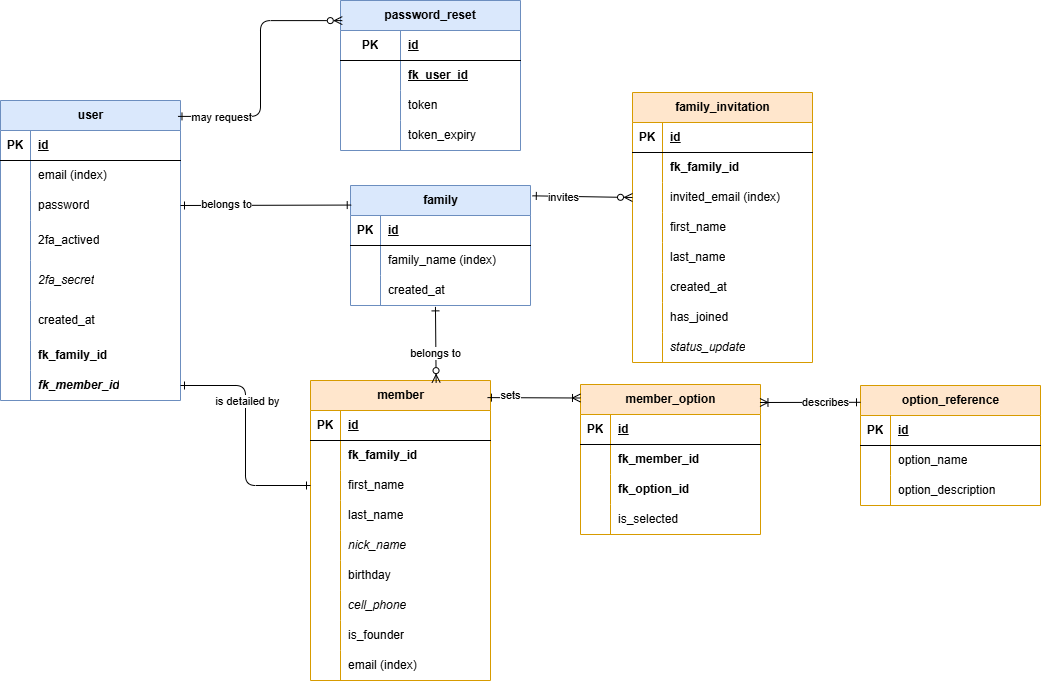
Above: docs/new-schema.png in greg1951/family-social-scratch (draw.io), before the change. Source tidied: cells renumbered, new cells last; positions are measured from the earlier drawing's top-left corner, leaving out a move shared by most shapes.
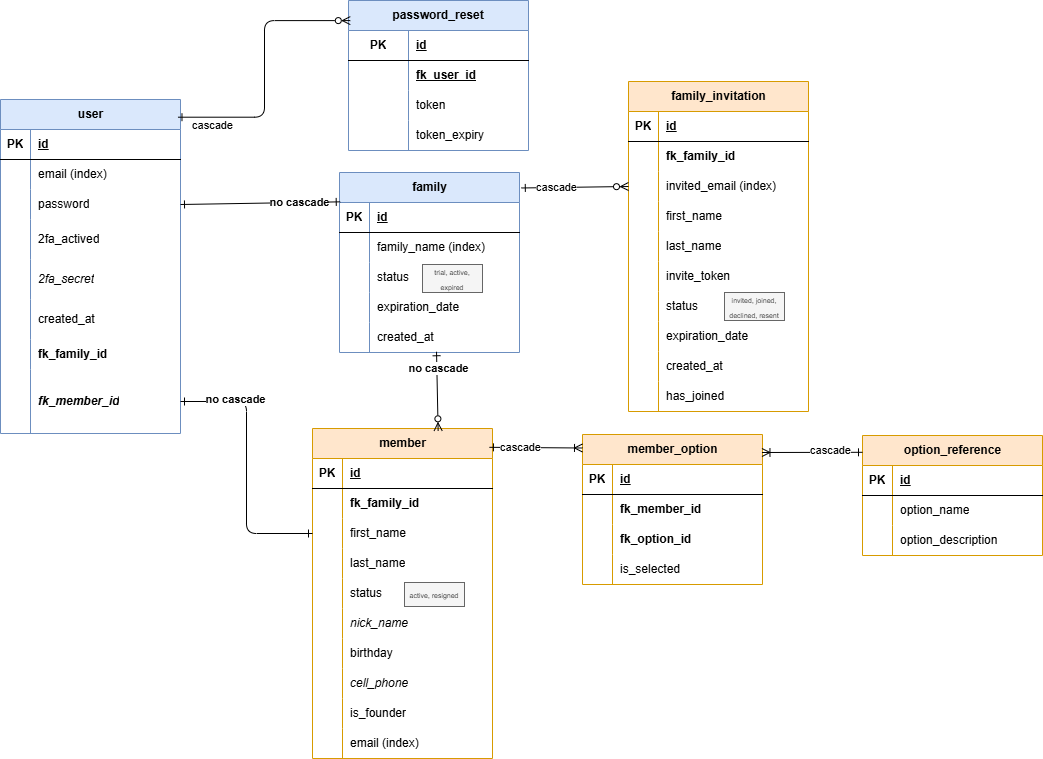
The same file after the commit.

Change to the diagram source:
```diff
@@ -5,3 +5,3 @@
     <mxCell id="2" value="user" style="shape=table;startSize=30;rowLines=0;fontStyle=1;align=center;html=1;fillColor=#dae8fc;strokeColor=#6c8ebf;" parent="1" vertex="1">
-      <mxGeometry y="100" width="180" height="300" as="geometry" />
+      <mxGeometry x="-2" y="49" width="180" height="334" as="geometry" />
     </mxCell>
@@ -71,12 +71,12 @@
     <mxCell id="24" style="shape=tableRow;horizontal=0;startSize=0;swimlaneHead=0;swimlaneBody=0;fillColor=none;points=[[0,0.5],[1,0.5]];portConstraint=eastwest;top=0;left=0;right=0;bottom=0;swimlaneFillColor=#1A1A1A;" parent="2" vertex="1">
-      <mxGeometry y="270" width="180" height="30" as="geometry" />
+      <mxGeometry y="270" width="180" height="64" as="geometry" />
     </mxCell>
     <mxCell id="25" style="shape=partialRectangle;fillColor=none;top=0;left=0;bottom=0;right=0;overflow=hidden;whiteSpace=wrap;html=1;swimlaneFillColor=#1A1A1A;" parent="24" vertex="1">
-      <mxGeometry width="30" height="30" as="geometry" />
+      <mxGeometry width="30" height="64" as="geometry" />
     </mxCell>
     <mxCell id="26" value="&lt;b&gt;&lt;i&gt;fk_member_id&lt;/i&gt;&lt;/b&gt;" style="shape=partialRectangle;fillColor=none;top=0;left=0;bottom=0;right=0;align=left;spacingLeft=6;overflow=hidden;whiteSpace=wrap;html=1;swimlaneFillColor=#1A1A1A;" parent="24" vertex="1">
-      <mxGeometry x="30" width="150" height="30" as="geometry" />
+      <mxGeometry x="30" width="150" height="64" as="geometry" />
     </mxCell>
     <mxCell id="27" value="password_reset" style="shape=table;startSize=30;rowLines=0;fontStyle=1;align=center;html=1;whiteSpace=wrap;fillColor=#dae8fc;strokeColor=#6c8ebf;" parent="1" vertex="1">
-      <mxGeometry x="340" width="180" height="150" as="geometry" />
+      <mxGeometry x="346" y="-50" width="180" height="150" as="geometry" />
     </mxCell>
@@ -119,3 +119,3 @@
     <mxCell id="40" value="family" style="shape=table;startSize=30;rowLines=0;fontStyle=1;align=center;html=1;fillColor=#dae8fc;strokeColor=#6c8ebf;" parent="1" vertex="1">
-      <mxGeometry x="350" y="185" width="180" height="120" as="geometry" />
+      <mxGeometry x="337" y="122" width="180" height="180" as="geometry" />
     </mxCell>
@@ -139,4 +139,13 @@
     </mxCell>
+    <mxCell id="140" style="shape=tableRow;horizontal=0;startSize=0;swimlaneHead=0;swimlaneBody=0;fillColor=none;top=0;left=0;right=0;bottom=0;" parent="40" vertex="1">
+      <mxGeometry y="90" width="180" height="30" as="geometry" />
+    </mxCell>
+    <mxCell id="141" style="shape=partialRectangle;fillColor=none;top=0;left=0;bottom=0;right=0;overflow=hidden;whiteSpace=wrap;html=1;" parent="140" vertex="1">
+      <mxGeometry width="30" height="30" as="geometry" />
+    </mxCell>
+    <mxCell id="142" value="status" style="shape=partialRectangle;fillColor=none;top=0;left=0;bottom=0;right=0;align=left;spacingLeft=6;overflow=hidden;whiteSpace=wrap;html=1;" parent="140" vertex="1">
+      <mxGeometry x="30" width="150" height="30" as="geometry" />
+    </mxCell>
     <mxCell id="47" style="shape=tableRow;horizontal=0;startSize=0;swimlaneHead=0;swimlaneBody=0;fillColor=none;points=[[0,0.5],[1,0.5]];portConstraint=eastwest;top=0;left=0;right=0;bottom=0;" parent="40" vertex="1">
-      <mxGeometry y="90" width="180" height="30" as="geometry" />
+      <mxGeometry y="120" width="180" height="30" as="geometry" />
     </mxCell>
@@ -145,7 +154,16 @@
     </mxCell>
-    <mxCell id="49" value="created_at" style="shape=partialRectangle;fillColor=none;top=0;left=0;bottom=0;right=0;align=left;spacingLeft=6;overflow=hidden;whiteSpace=wrap;html=1;" parent="47" vertex="1">
+    <mxCell id="49" value="expiration_date" style="shape=partialRectangle;fillColor=none;top=0;left=0;bottom=0;right=0;align=left;spacingLeft=6;overflow=hidden;whiteSpace=wrap;html=1;" parent="47" vertex="1">
       <mxGeometry x="30" width="150" height="30" as="geometry" />
     </mxCell>
+    <mxCell id="143" style="shape=tableRow;horizontal=0;startSize=0;swimlaneHead=0;swimlaneBody=0;fillColor=none;points=[[0,0.5],[1,0.5]];portConstraint=eastwest;top=0;left=0;right=0;bottom=0;" parent="40" vertex="1">
+      <mxGeometry y="150" width="180" height="30" as="geometry" />
+    </mxCell>
+    <mxCell id="144" style="shape=partialRectangle;fillColor=none;top=0;left=0;bottom=0;right=0;overflow=hidden;whiteSpace=wrap;html=1;" parent="143" vertex="1">
+      <mxGeometry width="30" height="30" as="geometry" />
+    </mxCell>
+    <mxCell id="145" value="created_at" style="shape=partialRectangle;fillColor=none;top=0;left=0;bottom=0;right=0;align=left;spacingLeft=6;overflow=hidden;whiteSpace=wrap;html=1;" parent="143" vertex="1">
+      <mxGeometry x="30" width="150" height="30" as="geometry" />
+    </mxCell>
     <mxCell id="50" value="family_invitation" style="shape=table;startSize=30;rowLines=0;fontStyle=1;align=center;html=1;fillColor=#ffe6cc;strokeColor=#d79b00;" parent="1" vertex="1">
-      <mxGeometry x="632" y="92" width="180" height="270" as="geometry" />
+      <mxGeometry x="626" y="31" width="180" height="330" as="geometry" />
     </mxCell>
@@ -196,4 +214,31 @@
     </mxCell>
+    <mxCell id="72" style="shape=tableRow;horizontal=0;startSize=0;swimlaneHead=0;swimlaneBody=0;fillColor=none;top=0;left=0;right=0;bottom=0;" parent="50" vertex="1">
+      <mxGeometry y="180" width="180" height="30" as="geometry" />
+    </mxCell>
+    <mxCell id="73" style="shape=partialRectangle;fillColor=none;top=0;left=0;bottom=0;right=0;overflow=hidden;whiteSpace=wrap;html=1;" parent="72" vertex="1">
+      <mxGeometry width="30" height="30" as="geometry" />
+    </mxCell>
+    <mxCell id="74" value="invite_token" style="shape=partialRectangle;fillColor=none;top=0;left=0;bottom=0;right=0;align=left;spacingLeft=6;overflow=hidden;whiteSpace=wrap;html=1;" parent="72" vertex="1">
+      <mxGeometry x="30" width="150" height="30" as="geometry" />
+    </mxCell>
+    <mxCell id="146" style="shape=tableRow;horizontal=0;startSize=0;swimlaneHead=0;swimlaneBody=0;fillColor=none;top=0;left=0;right=0;bottom=0;" parent="50" vertex="1">
+      <mxGeometry y="210" width="180" height="30" as="geometry" />
+    </mxCell>
+    <mxCell id="147" style="shape=partialRectangle;fillColor=none;top=0;left=0;bottom=0;right=0;overflow=hidden;whiteSpace=wrap;html=1;" parent="146" vertex="1">
+      <mxGeometry width="30" height="30" as="geometry" />
+    </mxCell>
+    <mxCell id="148" value="status" style="shape=partialRectangle;fillColor=none;top=0;left=0;bottom=0;right=0;align=left;spacingLeft=6;overflow=hidden;whiteSpace=wrap;html=1;" parent="146" vertex="1">
+      <mxGeometry x="30" width="150" height="30" as="geometry" />
+    </mxCell>
+    <mxCell id="149" style="shape=tableRow;horizontal=0;startSize=0;swimlaneHead=0;swimlaneBody=0;fillColor=none;top=0;left=0;right=0;bottom=0;" parent="50" vertex="1">
+      <mxGeometry y="240" width="180" height="30" as="geometry" />
+    </mxCell>
+    <mxCell id="150" style="shape=partialRectangle;fillColor=none;top=0;left=0;bottom=0;right=0;overflow=hidden;whiteSpace=wrap;html=1;" parent="149" vertex="1">
+      <mxGeometry width="30" height="30" as="geometry" />
+    </mxCell>
+    <mxCell id="151" value="expiration_date" style="shape=partialRectangle;fillColor=none;top=0;left=0;bottom=0;right=0;align=left;spacingLeft=6;overflow=hidden;whiteSpace=wrap;html=1;" parent="149" vertex="1">
+      <mxGeometry x="30" width="150" height="30" as="geometry" />
+    </mxCell>
     <mxCell id="66" style="shape=tableRow;horizontal=0;startSize=0;swimlaneHead=0;swimlaneBody=0;fillColor=none;top=0;left=0;right=0;bottom=0;" parent="50" vertex="1">
-      <mxGeometry y="180" width="180" height="30" as="geometry" />
+      <mxGeometry y="270" width="180" height="30" as="geometry" />
     </mxCell>
@@ -206,3 +251,3 @@
     <mxCell id="69" style="shape=tableRow;horizontal=0;startSize=0;swimlaneHead=0;swimlaneBody=0;fillColor=none;top=0;left=0;right=0;bottom=0;" parent="50" vertex="1">
-      <mxGeometry y="210" width="180" height="30" as="geometry" />
+      <mxGeometry y="300" width="180" height="30" as="geometry" />
     </mxCell>
@@ -214,13 +259,4 @@
     </mxCell>
-    <mxCell id="72" style="shape=tableRow;horizontal=0;startSize=0;swimlaneHead=0;swimlaneBody=0;fillColor=none;top=0;left=0;right=0;bottom=0;" parent="50" vertex="1">
-      <mxGeometry y="240" width="180" height="30" as="geometry" />
-    </mxCell>
-    <mxCell id="73" style="shape=partialRectangle;fillColor=none;top=0;left=0;bottom=0;right=0;overflow=hidden;whiteSpace=wrap;html=1;" parent="72" vertex="1">
-      <mxGeometry width="30" height="30" as="geometry" />
-    </mxCell>
-    <mxCell id="74" value="&lt;i&gt;status_update&lt;/i&gt;" style="shape=partialRectangle;fillColor=none;top=0;left=0;bottom=0;right=0;align=left;spacingLeft=6;overflow=hidden;whiteSpace=wrap;html=1;" parent="72" vertex="1">
-      <mxGeometry x="30" width="150" height="30" as="geometry" />
-    </mxCell>
     <mxCell id="75" value="member" style="shape=table;startSize=30;rowLines=0;fontStyle=1;align=center;html=1;fillColor=#ffe6cc;strokeColor=#d79b00;" parent="1" vertex="1">
-      <mxGeometry x="310" y="380" width="180" height="300" as="geometry" />
+      <mxGeometry x="310" y="378" width="180" height="330" as="geometry" />
     </mxCell>
@@ -262,4 +298,13 @@
     </mxCell>
+    <mxCell id="152" style="shape=tableRow;horizontal=0;startSize=0;swimlaneHead=0;swimlaneBody=0;fillColor=none;top=0;left=0;right=0;bottom=0;" parent="75" vertex="1">
+      <mxGeometry y="150" width="180" height="30" as="geometry" />
+    </mxCell>
+    <mxCell id="153" style="shape=partialRectangle;fillColor=none;top=0;left=0;bottom=0;right=0;overflow=hidden;whiteSpace=wrap;html=1;" parent="152" vertex="1">
+      <mxGeometry width="30" height="30" as="geometry" />
+    </mxCell>
+    <mxCell id="154" value="status" style="shape=partialRectangle;fillColor=none;top=0;left=0;bottom=0;right=0;align=left;spacingLeft=6;overflow=hidden;whiteSpace=wrap;html=1;" parent="152" vertex="1">
+      <mxGeometry x="30" width="150" height="30" as="geometry" />
+    </mxCell>
     <mxCell id="88" style="shape=tableRow;horizontal=0;startSize=0;swimlaneHead=0;swimlaneBody=0;fillColor=none;top=0;left=0;right=0;bottom=0;" parent="75" vertex="1">
-      <mxGeometry y="150" width="180" height="30" as="geometry" />
+      <mxGeometry y="180" width="180" height="30" as="geometry" />
     </mxCell>
@@ -272,3 +317,3 @@
     <mxCell id="91" style="shape=tableRow;horizontal=0;startSize=0;swimlaneHead=0;swimlaneBody=0;fillColor=none;top=0;left=0;right=0;bottom=0;" parent="75" vertex="1">
-      <mxGeometry y="180" width="180" height="30" as="geometry" />
+      <mxGeometry y="210" width="180" height="30" as="geometry" />
     </mxCell>
@@ -281,3 +326,3 @@
     <mxCell id="94" style="shape=tableRow;horizontal=0;startSize=0;swimlaneHead=0;swimlaneBody=0;fillColor=none;top=0;left=0;right=0;bottom=0;" parent="75" vertex="1">
-      <mxGeometry y="210" width="180" height="30" as="geometry" />
+      <mxGeometry y="240" width="180" height="30" as="geometry" />
     </mxCell>
@@ -290,3 +335,3 @@
     <mxCell id="97" style="shape=tableRow;horizontal=0;startSize=0;swimlaneHead=0;swimlaneBody=0;fillColor=none;top=0;left=0;right=0;bottom=0;" parent="75" vertex="1">
-      <mxGeometry y="240" width="180" height="30" as="geometry" />
+      <mxGeometry y="270" width="180" height="30" as="geometry" />
     </mxCell>
@@ -299,3 +344,3 @@
     <mxCell id="100" style="shape=tableRow;horizontal=0;startSize=0;swimlaneHead=0;swimlaneBody=0;fillColor=none;top=0;left=0;right=0;bottom=0;" parent="75" vertex="1">
-      <mxGeometry y="270" width="180" height="30" as="geometry" />
+      <mxGeometry y="300" width="180" height="30" as="geometry" />
     </mxCell>
@@ -379,5 +424,5 @@
     </mxCell>
-    <mxCell id="127" value="is detailed by" style="edgeLabel;html=1;align=center;verticalAlign=middle;" parent="126" vertex="1">
+    <mxCell id="127" value="&lt;b&gt;no cascade&lt;/b&gt;" style="edgeLabel;html=1;align=center;verticalAlign=middle;" parent="126" vertex="1">
       <mxGeometry x="-0.12" y="1" relative="1" as="geometry">
-        <mxPoint y="-21" as="offset" />
+        <mxPoint x="-13" y="-53" as="offset" />
       </mxGeometry>
@@ -387,5 +432,5 @@
     </mxCell>
-    <mxCell id="129" value="belongs to" style="edgeLabel;html=1;align=center;verticalAlign=middle;" parent="128" vertex="1">
+    <mxCell id="129" value="&lt;b&gt;no cascade&lt;/b&gt;" style="edgeLabel;html=1;align=center;verticalAlign=middle;" parent="128" vertex="1">
       <mxGeometry x="-0.28" y="1" relative="1" as="geometry">
-        <mxPoint x="-16" as="offset" />
+        <mxPoint x="61" y="-1" as="offset" />
       </mxGeometry>
@@ -395,13 +440,13 @@
     </mxCell>
-    <mxCell id="131" value="may request" style="edgeLabel;html=1;align=center;verticalAlign=middle;" parent="130" vertex="1">
+    <mxCell id="131" value="cascade" style="edgeLabel;html=1;align=center;verticalAlign=middle;" parent="130" vertex="1">
       <mxGeometry x="-0.06" y="-2" relative="1" as="geometry">
-        <mxPoint x="-42" y="40" as="offset" />
+        <mxPoint x="-55" y="48" as="offset" />
       </mxGeometry>
     </mxCell>
-    <mxCell id="132" style="edgeStyle=none;html=1;entryX=0.698;entryY=0.007;entryDx=0;entryDy=0;entryPerimeter=0;exitX=0.472;exitY=1.046;exitDx=0;exitDy=0;exitPerimeter=0;endArrow=ERzeroToMany;endFill=0;startArrow=ERone;startFill=0;" parent="1" edge="1" source="47" target="75">
+    <mxCell id="132" style="edgeStyle=none;html=1;entryX=0.698;entryY=0.007;entryDx=0;entryDy=0;entryPerimeter=0;exitX=0.539;exitY=0.975;exitDx=0;exitDy=0;exitPerimeter=0;endArrow=ERzeroToMany;endFill=0;startArrow=ERone;startFill=0;" parent="1" edge="1" source="143" target="75">
       <mxGeometry relative="1" as="geometry" />
     </mxCell>
-    <mxCell id="133" value="belongs to" style="edgeLabel;html=1;align=center;verticalAlign=middle;" parent="132" vertex="1">
+    <mxCell id="133" value="&lt;b&gt;no cascade&lt;/b&gt;" style="edgeLabel;html=1;align=center;verticalAlign=middle;" parent="132" vertex="1">
       <mxGeometry x="-0.06" y="-1" relative="1" as="geometry">
-        <mxPoint y="10" as="offset" />
+        <mxPoint x="2" y="-21" as="offset" />
       </mxGeometry>
@@ -411,3 +456,3 @@
     </mxCell>
-    <mxCell id="135" value="invites" style="edgeLabel;html=1;align=center;verticalAlign=middle;" parent="134" vertex="1">
+    <mxCell id="135" value="cascade" style="edgeLabel;html=1;align=center;verticalAlign=middle;" parent="134" vertex="1">
       <mxGeometry x="0.02" y="-2" relative="1" as="geometry">
@@ -419,5 +464,5 @@
     </mxCell>
-    <mxCell id="137" value="sets" style="edgeLabel;html=1;align=center;verticalAlign=middle;" parent="136" vertex="1">
+    <mxCell id="137" value="cascade" style="edgeLabel;html=1;align=center;verticalAlign=middle;" parent="136" vertex="1">
       <mxGeometry x="-0.16" y="-1" relative="1" as="geometry">
-        <mxPoint x="-16" y="-4" as="offset" />
+        <mxPoint x="-8" y="-2" as="offset" />
       </mxGeometry>
@@ -427,7 +472,16 @@
     </mxCell>
-    <mxCell id="139" value="describes" style="edgeLabel;html=1;align=center;verticalAlign=middle;" parent="138" vertex="1">
+    <mxCell id="139" value="cascade" style="edgeLabel;html=1;align=center;verticalAlign=middle;" parent="138" vertex="1">
       <mxGeometry x="0.23" y="-2" relative="1" as="geometry">
-        <mxPoint x="27" y="2" as="offset" />
+        <mxPoint x="30" as="offset" />
       </mxGeometry>
     </mxCell>
+    <mxCell id="155" value="&lt;font style=&quot;font-size: 7px;&quot;&gt;trial, active, expired&lt;/font&gt;" style="text;html=1;align=center;verticalAlign=middle;whiteSpace=wrap;rounded=0;fillColor=#f5f5f5;fontColor=#333333;strokeColor=#666666;" parent="1" vertex="1">
+      <mxGeometry x="420" y="214" width="60" height="28" as="geometry" />
+    </mxCell>
+    <mxCell id="156" value="&lt;font style=&quot;font-size: 7px;&quot;&gt;invited, joined, declined, resent&lt;/font&gt;" style="text;html=1;align=center;verticalAlign=middle;whiteSpace=wrap;rounded=0;fillColor=#f5f5f5;fontColor=#333333;strokeColor=#666666;" parent="1" vertex="1">
+      <mxGeometry x="722" y="242" width="60" height="28" as="geometry" />
+    </mxCell>
+    <mxCell id="157" value="&lt;font style=&quot;font-size: 7px;&quot;&gt;active, resigned&lt;/font&gt;" style="text;html=1;align=center;verticalAlign=middle;whiteSpace=wrap;rounded=0;fillColor=#f5f5f5;fontColor=#333333;strokeColor=#666666;" parent="1" vertex="1">
+      <mxGeometry x="402" y="532" width="60" height="24" as="geometry" />
+    </mxCell>
   </root>
```
